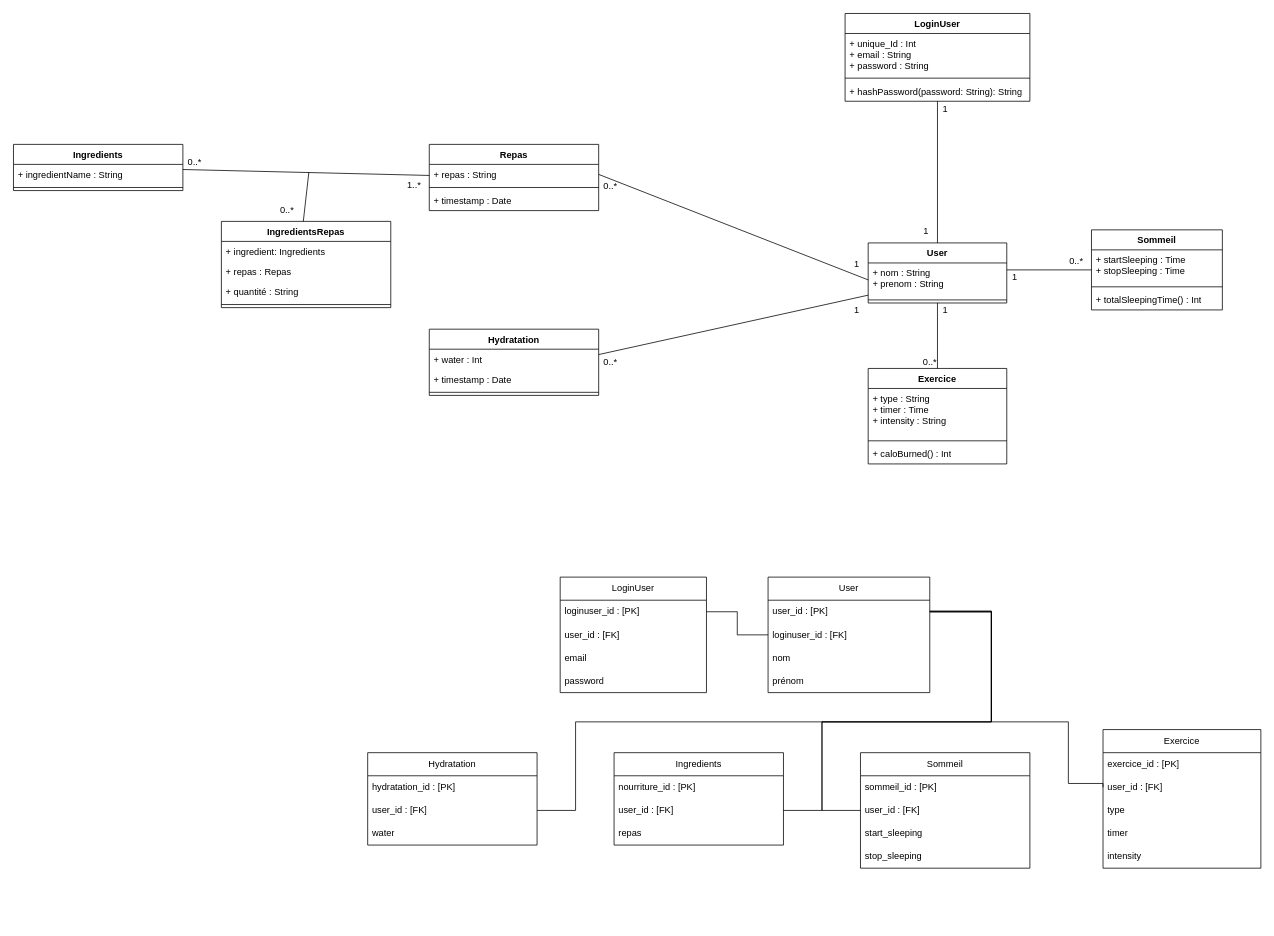
Earlier version of the draw.io diagram P5_Exercice.drawio (CodeStarter40/P5). Source tidied: cells renumbered, new cells numbered last; positions are measured from the earlier drawing's top-left corner, leaving out a move shared by most shapes. Both pictures are drawn from the tidied source at 77%, with x=0, y=0 at pixel (13, 13).
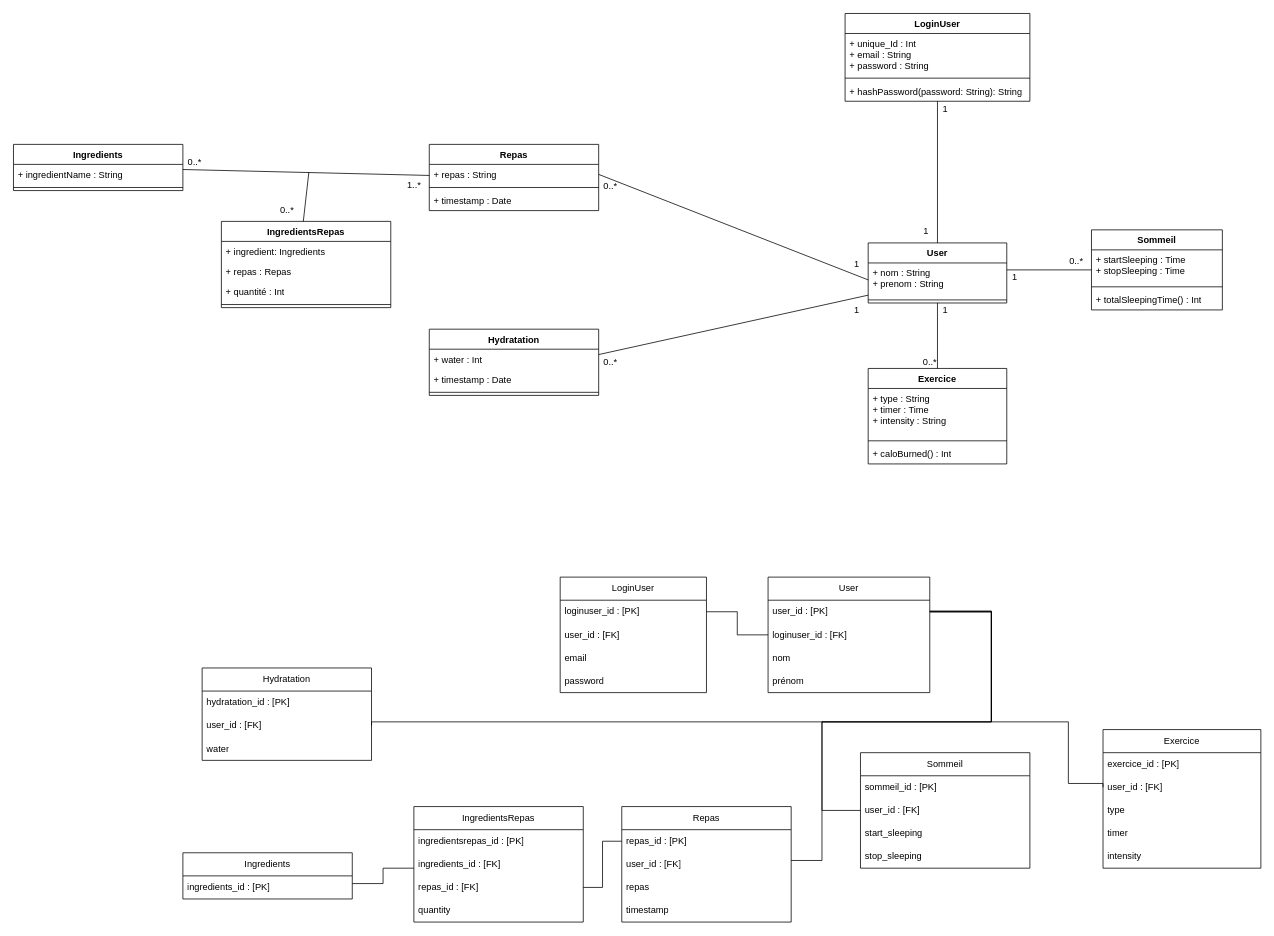
The same diagram, later.

Commit message:
Mettre à jour P5_Exercice.drawio

The change refers to these unchanged cells:
```xml
<mxCell id="42" value="user_id : [PK]" style="text;strokeColor=none;fillColor=none;align=left;verticalAlign=middle;spacingLeft=4;spacingRight=4;overflow=hidden;points=[[0,0.5],[1,0.5]];portConstraint=eastwest;whiteSpace=wrap;html=1;" parent="41" vertex="1">
  <mxGeometry y="30" width="210" height="30" as="geometry" />
</mxCell>
<mxCell id="57" value="user_id : [FK]" style="text;strokeColor=none;fillColor=none;align=left;verticalAlign=middle;spacingLeft=4;spacingRight=4;overflow=hidden;points=[[0,0.5],[1,0.5]];portConstraint=eastwest;whiteSpace=wrap;html=1;" parent="55" vertex="1">
  <mxGeometry y="60" width="220" height="30" as="geometry" />
</mxCell>
<mxCell id="68" value="IngredientsRepas" style="swimlane;fontStyle=1;align=center;verticalAlign=top;horizontal=1;startSize=26;whiteSpace=wrap;html=1;" parent="1" vertex="1">
  <mxGeometry x="270" y="270" width="220" height="112" as="geometry" />
</mxCell>
```

What changed in the source:
```diff
@@
     <mxCell id="46" value="Ingredients" style="swimlane;fontStyle=0;horizontal=1;startSize=30;whiteSpace=wrap;html=1;" parent="1" vertex="1">
-      <mxGeometry x="780" y="960" width="220" height="120" as="geometry" />
+      <mxGeometry x="220" y="1090" width="220" height="60" as="geometry" />
     </mxCell>
-    <mxCell id="47" value="nourriture_id : [PK]" style="text;strokeColor=none;fillColor=none;align=left;verticalAlign=middle;spacingLeft=4;spacingRight=4;overflow=hidden;points=[[0,0.5],[1,0.5]];portConstraint=eastwest;whiteSpace=wrap;html=1;" parent="46" vertex="1">
+    <mxCell id="47" value="ingredients_id : [PK]" style="text;strokeColor=none;fillColor=none;align=left;verticalAlign=middle;spacingLeft=4;spacingRight=4;overflow=hidden;points=[[0,0.5],[1,0.5]];portConstraint=eastwest;whiteSpace=wrap;html=1;" parent="46" vertex="1">
       <mxGeometry y="30" width="220" height="30" as="geometry" />
     </mxCell>
-    <mxCell id="48" value="user_id : [FK]" style="text;strokeColor=none;fillColor=none;align=left;verticalAlign=middle;spacingLeft=4;spacingRight=4;overflow=hidden;points=[[0,0.5],[1,0.5]];portConstraint=eastwest;whiteSpace=wrap;html=1;" parent="46" vertex="1">
-      <mxGeometry y="60" width="220" height="30" as="geometry" />
-    </mxCell>
-    <mxCell id="49" value="repas" style="text;strokeColor=none;fillColor=none;align=left;verticalAlign=middle;spacingLeft=4;spacingRight=4;overflow=hidden;whiteSpace=wrap;html=1;" parent="46" vertex="1">
-      <mxGeometry y="90" width="220" height="30" as="geometry" />
-    </mxCell>
@@
     <mxCell id="55" value="Hydratation" style="swimlane;fontStyle=0;horizontal=1;startSize=30;whiteSpace=wrap;html=1;" parent="1" vertex="1">
-      <mxGeometry x="460" y="960" width="220" height="120" as="geometry" />
+      <mxGeometry x="245" y="850" width="220" height="120" as="geometry" />
     </mxCell>
@@
-    <mxCell id="71" value="+ quantité : String" style="text;strokeColor=none;fillColor=none;align=left;verticalAlign=top;spacingLeft=4;spacingRight=4;overflow=hidden;whiteSpace=wrap;html=1;" parent="68" vertex="1">
+    <mxCell id="71" value="+ quantité : Int" style="text;strokeColor=none;fillColor=none;align=left;verticalAlign=top;spacingLeft=4;spacingRight=4;overflow=hidden;whiteSpace=wrap;html=1;" parent="68" vertex="1">
       <mxGeometry y="78" width="220" height="26" as="geometry" />
     </mxCell>
@@
-    <mxCell id="81" style="endArrow=none;html=1;rounded=0;edgeStyle=orthogonalEdgeStyle;" parent="1" edge="1" source="42">
+    <mxCell id="81" style="endArrow=none;html=1;rounded=0;edgeStyle=orthogonalEdgeStyle;" parent="1" edge="1" source="42" target="48">
       <mxGeometry relative="1" as="geometry">
-        <mxPoint x="1000" y="1035" as="targetPoint" />
         <Array as="points">
           <mxPoint x="1270" y="777" />
           <mxPoint x="1270" y="920" />
           <mxPoint x="1050" y="920" />
-          <mxPoint x="1050" y="1035" />
+          <mxPoint x="1050" y="1100" />
         </Array>
       </mxGeometry>
     </mxCell>
     <mxCell id="82" style="endArrow=none;html=1;rounded=0;exitX=1;exitY=0.5;exitDx=0;exitDy=0;edgeStyle=orthogonalEdgeStyle;" parent="1" edge="1" source="57" target="42">
       <mxGeometry relative="1" as="geometry">
         <Array as="points">
-          <mxPoint x="730" y="1035" />
-          <mxPoint x="730" y="920" />
+          <mxPoint x="465" y="920" />
           <mxPoint x="1270" y="920" />
           <mxPoint x="1270" y="777" />
         </Array>
       </mxGeometry>
     </mxCell>
@@
+    <mxCell id="87" value="Repas" style="swimlane;fontStyle=0;horizontal=1;startSize=30;whiteSpace=wrap;html=1;" parent="1" vertex="1">
+      <mxGeometry x="790" y="1030" width="220" height="150" as="geometry" />
+    </mxCell>
+    <mxCell id="88" value="repas_id : [PK]" style="text;strokeColor=none;fillColor=none;align=left;verticalAlign=middle;spacingLeft=4;spacingRight=4;overflow=hidden;points=[[0,0.5],[1,0.5]];portConstraint=eastwest;whiteSpace=wrap;html=1;" parent="87" vertex="1">
+      <mxGeometry y="30" width="220" height="30" as="geometry" />
+    </mxCell>
+    <mxCell id="48" value="user_id : [FK]" style="text;strokeColor=none;fillColor=none;align=left;verticalAlign=middle;spacingLeft=4;spacingRight=4;overflow=hidden;points=[[0,0.5],[1,0.5]];portConstraint=eastwest;whiteSpace=wrap;html=1;" parent="87" vertex="1">
+      <mxGeometry y="60" width="220" height="30" as="geometry" />
+    </mxCell>
+    <mxCell id="89" value="repas" style="text;strokeColor=none;fillColor=none;align=left;verticalAlign=middle;spacingLeft=4;spacingRight=4;overflow=hidden;whiteSpace=wrap;html=1;" parent="87" vertex="1">
+      <mxGeometry y="90" width="220" height="30" as="geometry" />
+    </mxCell>
+    <mxCell id="49" value="timestamp" style="text;strokeColor=none;fillColor=none;align=left;verticalAlign=middle;spacingLeft=4;spacingRight=4;overflow=hidden;whiteSpace=wrap;html=1;" parent="87" vertex="1">
+      <mxGeometry y="120" width="220" height="30" as="geometry" />
+    </mxCell>
+    <mxCell id="90" value="IngredientsRepas" style="swimlane;fontStyle=0;horizontal=1;startSize=30;whiteSpace=wrap;html=1;" parent="1" vertex="1">
+      <mxGeometry x="520" y="1030" width="220" height="150" as="geometry" />
+    </mxCell>
+    <mxCell id="91" value="ingredientsrepas_id : [PK]" style="text;strokeColor=none;fillColor=none;align=left;verticalAlign=middle;spacingLeft=4;spacingRight=4;overflow=hidden;whiteSpace=wrap;html=1;" parent="90" vertex="1">
+      <mxGeometry y="30" width="220" height="30" as="geometry" />
+    </mxCell>
+    <mxCell id="92" value="ingredients_id : [FK]" style="text;strokeColor=none;fillColor=none;align=left;verticalAlign=middle;spacingLeft=4;spacingRight=4;overflow=hidden;points=[[0,0.5],[1,0.5]];portConstraint=eastwest;whiteSpace=wrap;html=1;" parent="90" vertex="1">
+      <mxGeometry y="60" width="220" height="30" as="geometry" />
+    </mxCell>
+    <mxCell id="93" value="repas_id : [FK]" style="text;strokeColor=none;fillColor=none;align=left;verticalAlign=middle;spacingLeft=4;spacingRight=4;overflow=hidden;points=[[0,0.5],[1,0.5]];portConstraint=eastwest;whiteSpace=wrap;html=1;" parent="90" vertex="1">
+      <mxGeometry y="90" width="220" height="30" as="geometry" />
+    </mxCell>
+    <mxCell id="94" value="q&lt;span style=&quot;background-color: initial;&quot;&gt;uantity&lt;/span&gt;" style="text;strokeColor=none;fillColor=none;align=left;verticalAlign=middle;spacingLeft=4;spacingRight=4;overflow=hidden;whiteSpace=wrap;html=1;" parent="90" vertex="1">
+      <mxGeometry y="120" width="220" height="30" as="geometry" />
+    </mxCell>
+    <mxCell id="95" style="endArrow=none;html=1;rounded=0;edgeStyle=orthogonalEdgeStyle;" parent="1" edge="1" source="92" target="47">
+      <mxGeometry relative="1" as="geometry">
+        <Array as="points">
+          <mxPoint x="480" y="1110" />
+          <mxPoint x="480" y="1130" />
+        </Array>
+      </mxGeometry>
+    </mxCell>
+    <mxCell id="96" style="endArrow=none;html=1;rounded=0;edgeStyle=orthogonalEdgeStyle;" parent="1" edge="1" source="93" target="88">
+      <mxGeometry relative="1" as="geometry" />
+    </mxCell>
```
